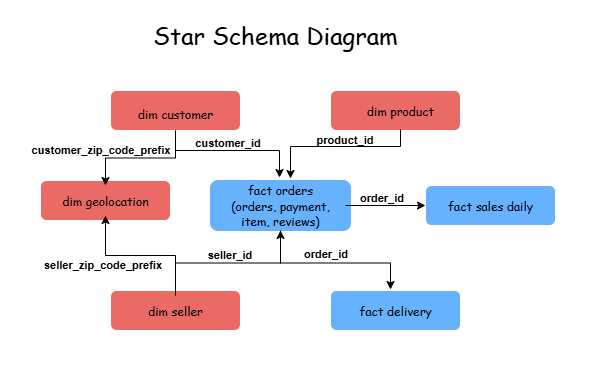
Preeti290995-edhec/Data-Engineering-Project keeps this draw.io diagram as outputs/diagrams/Star Schema Diagram.drawio.png. Above is the earlier version. Source tidied: cells renumbered, new cells last; positions are measured from the earlier drawing's top-left corner, leaving out a move shared by most shapes. Source of this version:
```xml
<mxGraphModel>
  <root>
    <mxCell id="0" />
    <mxCell id="1" parent="0" />
    <mxCell id="2" value="&lt;span style=&quot;color: rgba(0, 0, 0, 0); font-family: monospace; font-size: 0px; text-align: start; text-wrap-mode: nowrap;&quot;&gt;%3CmxGraphModel%3E%3Croot%3E%3CmxCell%20id%3D%220%22%2F%3E%3CmxCell%20id%3D%221%22%20parent%3D%220%22%2F%3E%3CmxCell%20id%3D%222%22%20value%3D%22customer_id%22%20style%3D%22edgeLabel%3Bhtml%3D1%3Balign%3Dcenter%3BverticalAlign%3Dbottom%3Bresizable%3D0%3Bpoints%3D%5B%5D%3BfillColor%3Dlight-dark(%23FFFFFF%2C%23FFFFFF)%3BstrokeColor%3Dlight-dark(%23000000%2C%23000000)%3BlabelBackgroundColor%3Dnone%3BfontColor%3Dlight-dark(%23000000%2C%23000000)%3BfontStyle%3D1%22%20vertex%3D%221%22%20connectable%3D%220%22%20parent%3D%221%22%3E%3CmxGeometry%20x%3D%22266%22%20y%3D%22160%22%20as%3D%22geometry%22%2F%3E%3C%2FmxCell%3E%3C%2Froot%3E%3C%2FmxGraphModel%3E&lt;/span&gt;" style="rounded=0;whiteSpace=wrap;html=1;fillColor=light-dark(#FFFFFF,#FFFFFF);" parent="1" vertex="1">
      <mxGeometry width="590" height="370" as="geometry" />
    </mxCell>
    <mxCell id="3" value="&lt;h1&gt;&lt;font style=&quot;color: light-dark(rgb(0, 0, 0), rgb(0, 0, 0)); font-weight: normal;&quot; face=&quot;Comic Sans MS&quot;&gt;Star Schema Diagram&lt;/font&gt;&lt;/h1&gt;" style="text;html=1;align=center;verticalAlign=middle;whiteSpace=wrap;rounded=0;" parent="1" vertex="1">
      <mxGeometry x="140" y="20" width="270" height="30" as="geometry" />
    </mxCell>
    <mxCell id="4" style="rounded=1;whiteSpace=wrap;html=1;strokeColor=light-dark(#000000,#66B2FF);fillColor=light-dark(#FFFFFF,#66B2FF);" parent="1" vertex="1">
      <mxGeometry x="210" y="180" width="140" height="50" as="geometry" />
    </mxCell>
    <mxCell id="5" style="edgeStyle=orthogonalEdgeStyle;rounded=0;jettySize=auto;html=1;exitX=1;exitY=0.5;exitDx=0;exitDy=0;entryX=0;entryY=0.5;entryDx=0;entryDy=0;strokeColor=light-dark(#000000,#000000);" parent="1" edge="1" source="6" target="7">
      <mxGeometry relative="1" as="geometry" />
    </mxCell>
    <mxCell id="6" value="&lt;font style=&quot;color: light-dark(rgb(0, 0, 0), rgb(0, 0, 0));&quot; face=&quot;Comic Sans MS&quot;&gt;fact orders&lt;/font&gt;&lt;div&gt;&lt;font style=&quot;color: light-dark(rgb(0, 0, 0), rgb(0, 0, 0));&quot; face=&quot;Comic Sans MS&quot;&gt;(orders, payment, item, reviews)&lt;/font&gt;&lt;/div&gt;" style="text;html=1;align=center;verticalAlign=middle;whiteSpace=wrap;rounded=0;" parent="1" vertex="1">
      <mxGeometry x="215" y="180" width="130" height="50" as="geometry" />
    </mxCell>
    <mxCell id="7" style="rounded=1;whiteSpace=wrap;html=1;fillColor=light-dark(#FFFFFF,#66B2FF);" parent="1" vertex="1">
      <mxGeometry x="425" y="185" width="130" height="40" as="geometry" />
    </mxCell>
    <mxCell id="8" style="rounded=1;whiteSpace=wrap;html=1;fillColor=light-dark(#FFFFFF,#EA6B66);" parent="1" vertex="1">
      <mxGeometry x="40" y="180" width="130" height="40" as="geometry" />
    </mxCell>
    <mxCell id="9" style="rounded=1;whiteSpace=wrap;html=1;fillColor=light-dark(#FFFFFF,#EA6B66);" parent="1" vertex="1">
      <mxGeometry x="110" y="290" width="130" height="40" as="geometry" />
    </mxCell>
    <mxCell id="10" style="rounded=1;whiteSpace=wrap;html=1;fillColor=light-dark(#FFFFFF,#EA6B66);" parent="1" vertex="1">
      <mxGeometry x="110" y="90" width="130" height="40" as="geometry" />
    </mxCell>
    <mxCell id="11" style="rounded=1;whiteSpace=wrap;html=1;fillColor=light-dark(#FFFFFF,#EA6B66);" parent="1" vertex="1">
      <mxGeometry x="330" y="90" width="130" height="40" as="geometry" />
    </mxCell>
    <mxCell id="12" style="rounded=1;whiteSpace=wrap;html=1;fillColor=light-dark(#FFFFFF,#66B2FF);" parent="1" vertex="1">
      <mxGeometry x="330" y="290" width="130" height="40" as="geometry" />
    </mxCell>
    <mxCell id="13" value="&lt;font style=&quot;color: light-dark(rgb(0, 0, 0), rgb(0, 0, 0));&quot; face=&quot;Comic Sans MS&quot;&gt;fact delivery&lt;/font&gt;" style="text;html=1;align=center;verticalAlign=middle;whiteSpace=wrap;rounded=0;" parent="1" vertex="1">
      <mxGeometry x="345" y="295" width="100" height="30" as="geometry" />
    </mxCell>
    <mxCell id="14" value="&lt;font style=&quot;color: light-dark(rgb(0, 0, 0), rgb(0, 0, 0));&quot; face=&quot;Comic Sans MS&quot;&gt;fact sales daily&lt;/font&gt;" style="text;html=1;align=center;verticalAlign=middle;whiteSpace=wrap;rounded=0;" parent="1" vertex="1">
      <mxGeometry x="440" y="190" width="100" height="30" as="geometry" />
    </mxCell>
    <mxCell id="15" style="edgeStyle=orthogonalEdgeStyle;rounded=0;jettySize=auto;html=1;exitX=0.5;exitY=0;exitDx=0;exitDy=0;entryX=0.5;entryY=1;entryDx=0;entryDy=0;strokeColor=light-dark(#000000,#000000);" parent="1" edge="1" source="17" target="18">
      <mxGeometry relative="1" as="geometry" />
    </mxCell>
    <mxCell id="16" style="edgeStyle=orthogonalEdgeStyle;rounded=0;jettySize=auto;html=1;exitX=0.5;exitY=0;exitDx=0;exitDy=0;entryX=0.5;entryY=1;entryDx=0;entryDy=0;strokeColor=light-dark(#000000,#000000);" parent="1" edge="1" source="17" target="6">
      <mxGeometry relative="1" as="geometry" />
    </mxCell>
    <mxCell id="17" value="&lt;font style=&quot;color: light-dark(rgb(0, 0, 0), rgb(0, 0, 0));&quot; face=&quot;Comic Sans MS&quot;&gt;dim seller&lt;/font&gt;" style="text;html=1;align=center;verticalAlign=middle;whiteSpace=wrap;rounded=0;" parent="1" vertex="1">
      <mxGeometry x="125" y="295" width="100" height="30" as="geometry" />
    </mxCell>
    <mxCell id="18" value="&lt;font style=&quot;color: light-dark(rgb(0, 0, 0), rgb(0, 0, 0));&quot; face=&quot;Comic Sans MS&quot;&gt;dim geolocation&lt;/font&gt;" style="text;html=1;align=center;verticalAlign=middle;whiteSpace=wrap;rounded=0;" parent="1" vertex="1">
      <mxGeometry x="55" y="185" width="100" height="30" as="geometry" />
    </mxCell>
    <mxCell id="19" style="edgeStyle=orthogonalEdgeStyle;rounded=0;jettySize=auto;html=1;exitX=0.5;exitY=1;exitDx=0;exitDy=0;strokeColor=light-dark(#000000,#000000);" parent="1" edge="1" source="22">
      <mxGeometry relative="1" as="geometry">
        <mxPoint x="279" y="177" as="targetPoint" />
        <Array as="points">
          <mxPoint x="175" y="150" />
          <mxPoint x="279" y="150" />
        </Array>
      </mxGeometry>
    </mxCell>
    <mxCell id="20" value="customer_id" style="edgeLabel;html=1;align=center;verticalAlign=bottom;fillColor=light-dark(#FFFFFF,#FFFFFF);strokeColor=light-dark(#000000,#000000);labelBackgroundColor=none;fontColor=light-dark(#000000,#000000);fontStyle=1;" parent="19" vertex="1">
      <mxGeometry x="-0.06" relative="1" as="geometry" />
    </mxCell>
    <mxCell id="21" style="edgeStyle=orthogonalEdgeStyle;rounded=0;jettySize=auto;html=1;exitX=0.5;exitY=1;exitDx=0;exitDy=0;entryX=0.5;entryY=0;entryDx=0;entryDy=0;strokeColor=light-dark(#000000,#000000);" parent="1" edge="1" source="22" target="18">
      <mxGeometry relative="1" as="geometry" />
    </mxCell>
    <mxCell id="22" value="&lt;font style=&quot;color: light-dark(rgb(0, 0, 0), rgb(0, 0, 0));&quot; face=&quot;Comic Sans MS&quot;&gt;dim customer&lt;/font&gt;" style="text;html=1;align=center;verticalAlign=middle;whiteSpace=wrap;rounded=0;" parent="1" vertex="1">
      <mxGeometry x="125" y="95" width="100" height="35" as="geometry" />
    </mxCell>
    <mxCell id="23" value="&lt;font style=&quot;color: light-dark(rgb(0, 0, 0), rgb(0, 0, 0));&quot; face=&quot;Comic Sans MS&quot;&gt;dim product&lt;/font&gt;" style="text;html=1;align=center;verticalAlign=middle;whiteSpace=wrap;rounded=0;" parent="1" vertex="1">
      <mxGeometry x="350" y="95" width="100" height="30" as="geometry" />
    </mxCell>
    <mxCell id="24" style="edgeStyle=orthogonalEdgeStyle;rounded=0;orthogonalLoop=1;jettySize=auto;html=1;exitX=0.5;exitY=1;exitDx=0;exitDy=0;strokeColor=light-dark(#000000,#000000);" parent="1" edge="1">
      <mxGeometry relative="1" as="geometry">
        <mxPoint x="400" y="129" as="sourcePoint" />
        <mxPoint x="290" y="178" as="targetPoint" />
        <Array as="points">
          <mxPoint x="400" y="146" />
          <mxPoint x="290" y="146" />
        </Array>
      </mxGeometry>
    </mxCell>
    <mxCell id="25" value="product&lt;span style=&quot;background-color: transparent;&quot;&gt;_id&lt;/span&gt;" style="edgeLabel;html=1;align=center;verticalAlign=bottom;fillColor=light-dark(#FFFFFF,#FFFFFF);strokeColor=light-dark(#000000,#000000);labelBackgroundColor=none;fontColor=light-dark(#000000,#000000);fontStyle=1;" parent="1" vertex="1">
      <mxGeometry x="343" y="147" as="geometry" />
    </mxCell>
    <mxCell id="26" value="order_id" style="edgeLabel;html=1;align=center;verticalAlign=bottom;fillColor=light-dark(#FFFFFF,#FFFFFF);strokeColor=light-dark(#000000,#000000);labelBackgroundColor=none;fontColor=light-dark(#000000,#000000);fontStyle=1;" parent="1" vertex="1">
      <mxGeometry x="399" y="210" as="geometry">
        <mxPoint x="-19" y="-5" as="offset" />
      </mxGeometry>
    </mxCell>
    <mxCell id="27" value="customer_zip_code_prefix" style="edgeLabel;html=1;align=center;verticalAlign=bottom;fillColor=light-dark(#FFFFFF,#FFFFFF);strokeColor=light-dark(#000000,#000000);labelBackgroundColor=none;fontColor=light-dark(#000000,#000000);fontStyle=1;" parent="1" vertex="1">
      <mxGeometry x="99" y="157" as="geometry" />
    </mxCell>
    <mxCell id="28" value="seller_zip_code_prefix" style="edgeLabel;html=1;align=center;verticalAlign=bottom;fillColor=light-dark(#FFFFFF,#FFFFFF);strokeColor=light-dark(#000000,#000000);labelBackgroundColor=none;fontColor=light-dark(#000000,#000000);fontStyle=1;" parent="1" vertex="1">
      <mxGeometry x="101" y="272" as="geometry" />
    </mxCell>
    <mxCell id="29" value="seller_id" style="edgeLabel;html=1;align=center;verticalAlign=bottom;fillColor=light-dark(#FFFFFF,#FFFFFF);strokeColor=light-dark(#000000,#000000);labelBackgroundColor=none;fontColor=light-dark(#000000,#000000);fontStyle=1;" parent="1" vertex="1">
      <mxGeometry x="222" y="265" as="geometry">
        <mxPoint x="6" y="-3" as="offset" />
      </mxGeometry>
    </mxCell>
    <mxCell id="30" value="order_id" style="edgeLabel;html=1;align=center;verticalAlign=bottom;fillColor=light-dark(#FFFFFF,#FFFFFF);strokeColor=light-dark(#000000,#000000);labelBackgroundColor=none;fontColor=light-dark(#000000,#000000);fontStyle=1;" parent="1" vertex="1">
      <mxGeometry x="318" y="252" as="geometry">
        <mxPoint x="6" y="9" as="offset" />
      </mxGeometry>
    </mxCell>
    <mxCell id="31" style="edgeStyle=orthogonalEdgeStyle;rounded=0;jettySize=auto;html=1;exitX=0.5;exitY=1;exitDx=0;exitDy=0;entryX=0.45;entryY=-0.2;entryDx=0;entryDy=0;entryPerimeter=0;strokeColor=light-dark(#000000,#000000);" parent="1" edge="1" source="6" target="13">
      <mxGeometry relative="1" as="geometry" />
    </mxCell>
  </root>
</mxGraphModel>
```
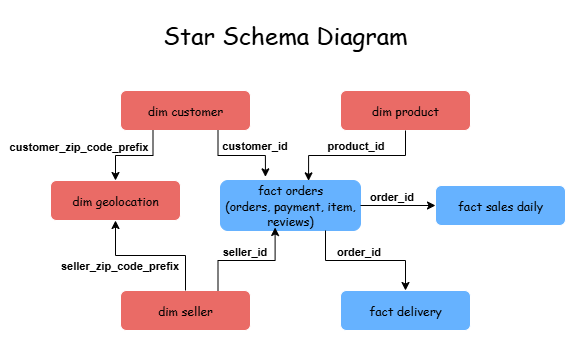
Later version of the same file.

Commit message:
UPDATE Star Schema Diagram

Change to the diagram source:
```diff
@@ -3,7 +3,7 @@
     <mxCell id="0" />
     <mxCell id="1" parent="0" />
     <mxCell id="2" value="&lt;span style=&quot;color: rgba(0, 0, 0, 0); font-family: monospace; font-size: 0px; text-align: start; text-wrap-mode: nowrap;&quot;&gt;%3CmxGraphModel%3E%3Croot%3E%3CmxCell%20id%3D%220%22%2F%3E%3CmxCell%20id%3D%221%22%20parent%3D%220%22%2F%3E%3CmxCell%20id%3D%222%22%20value%3D%22customer_id%22%20style%3D%22edgeLabel%3Bhtml%3D1%3Balign%3Dcenter%3BverticalAlign%3Dbottom%3Bresizable%3D0%3Bpoints%3D%5B%5D%3BfillColor%3Dlight-dark(%23FFFFFF%2C%23FFFFFF)%3BstrokeColor%3Dlight-dark(%23000000%2C%23000000)%3BlabelBackgroundColor%3Dnone%3BfontColor%3Dlight-dark(%23000000%2C%23000000)%3BfontStyle%3D1%22%20vertex%3D%221%22%20connectable%3D%220%22%20parent%3D%221%22%3E%3CmxGeometry%20x%3D%22266%22%20y%3D%22160%22%20as%3D%22geometry%22%2F%3E%3C%2FmxCell%3E%3C%2Froot%3E%3C%2FmxGraphModel%3E&lt;/span&gt;" style="rounded=0;whiteSpace=wrap;html=1;fillColor=light-dark(#FFFFFF,#FFFFFF);" parent="1" vertex="1">
-      <mxGeometry width="590" height="370" as="geometry" />
+      <mxGeometry x="-10" width="570" height="360" as="geometry" />
     </mxCell>
     <mxCell id="3" value="&lt;h1&gt;&lt;font style=&quot;color: light-dark(rgb(0, 0, 0), rgb(0, 0, 0)); font-weight: normal;&quot; face=&quot;Comic Sans MS&quot;&gt;Star Schema Diagram&lt;/font&gt;&lt;/h1&gt;" style="text;html=1;align=center;verticalAlign=middle;whiteSpace=wrap;rounded=0;" parent="1" vertex="1">
       <mxGeometry x="140" y="20" width="270" height="30" as="geometry" />
@@ -15,7 +15,7 @@
       <mxGeometry relative="1" as="geometry" />
     </mxCell>
     <mxCell id="6" value="&lt;font style=&quot;color: light-dark(rgb(0, 0, 0), rgb(0, 0, 0));&quot; face=&quot;Comic Sans MS&quot;&gt;fact orders&lt;/font&gt;&lt;div&gt;&lt;font style=&quot;color: light-dark(rgb(0, 0, 0), rgb(0, 0, 0));&quot; face=&quot;Comic Sans MS&quot;&gt;(orders, payment, item, reviews)&lt;/font&gt;&lt;/div&gt;" style="text;html=1;align=center;verticalAlign=middle;whiteSpace=wrap;rounded=0;" parent="1" vertex="1">
-      <mxGeometry x="215" y="180" width="130" height="50" as="geometry" />
+      <mxGeometry x="210" y="180" width="140" height="50" as="geometry" />
     </mxCell>
     <mxCell id="7" style="rounded=1;whiteSpace=wrap;html=1;fillColor=light-dark(#FFFFFF,#66B2FF);" parent="1" vertex="1">
       <mxGeometry x="425" y="185" width="130" height="40" as="geometry" />
@@ -36,80 +36,69 @@
       <mxGeometry x="330" y="290" width="130" height="40" as="geometry" />
     </mxCell>
     <mxCell id="13" value="&lt;font style=&quot;color: light-dark(rgb(0, 0, 0), rgb(0, 0, 0));&quot; face=&quot;Comic Sans MS&quot;&gt;fact delivery&lt;/font&gt;" style="text;html=1;align=center;verticalAlign=middle;whiteSpace=wrap;rounded=0;" parent="1" vertex="1">
-      <mxGeometry x="345" y="295" width="100" height="30" as="geometry" />
+      <mxGeometry x="330" y="290" width="130" height="40" as="geometry" />
     </mxCell>
     <mxCell id="14" value="&lt;font style=&quot;color: light-dark(rgb(0, 0, 0), rgb(0, 0, 0));&quot; face=&quot;Comic Sans MS&quot;&gt;fact sales daily&lt;/font&gt;" style="text;html=1;align=center;verticalAlign=middle;whiteSpace=wrap;rounded=0;" parent="1" vertex="1">
-      <mxGeometry x="440" y="190" width="100" height="30" as="geometry" />
+      <mxGeometry x="430" y="190" width="120" height="30" as="geometry" />
     </mxCell>
     <mxCell id="15" style="edgeStyle=orthogonalEdgeStyle;rounded=0;jettySize=auto;html=1;exitX=0.5;exitY=0;exitDx=0;exitDy=0;entryX=0.5;entryY=1;entryDx=0;entryDy=0;strokeColor=light-dark(#000000,#000000);" parent="1" edge="1" source="17" target="18">
       <mxGeometry relative="1" as="geometry" />
     </mxCell>
-    <mxCell id="16" style="edgeStyle=orthogonalEdgeStyle;rounded=0;jettySize=auto;html=1;exitX=0.5;exitY=0;exitDx=0;exitDy=0;entryX=0.5;entryY=1;entryDx=0;entryDy=0;strokeColor=light-dark(#000000,#000000);" parent="1" edge="1" source="17" target="6">
-      <mxGeometry relative="1" as="geometry" />
-    </mxCell>
     <mxCell id="17" value="&lt;font style=&quot;color: light-dark(rgb(0, 0, 0), rgb(0, 0, 0));&quot; face=&quot;Comic Sans MS&quot;&gt;dim seller&lt;/font&gt;" style="text;html=1;align=center;verticalAlign=middle;whiteSpace=wrap;rounded=0;" parent="1" vertex="1">
-      <mxGeometry x="125" y="295" width="100" height="30" as="geometry" />
+      <mxGeometry x="110" y="290" width="130" height="40" as="geometry" />
     </mxCell>
     <mxCell id="18" value="&lt;font style=&quot;color: light-dark(rgb(0, 0, 0), rgb(0, 0, 0));&quot; face=&quot;Comic Sans MS&quot;&gt;dim geolocation&lt;/font&gt;" style="text;html=1;align=center;verticalAlign=middle;whiteSpace=wrap;rounded=0;" parent="1" vertex="1">
-      <mxGeometry x="55" y="185" width="100" height="30" as="geometry" />
+      <mxGeometry x="55" y="180" width="100" height="40" as="geometry" />
     </mxCell>
-    <mxCell id="19" style="edgeStyle=orthogonalEdgeStyle;rounded=0;jettySize=auto;html=1;exitX=0.5;exitY=1;exitDx=0;exitDy=0;strokeColor=light-dark(#000000,#000000);" parent="1" edge="1" source="22">
-      <mxGeometry relative="1" as="geometry">
-        <mxPoint x="279" y="177" as="targetPoint" />
-        <Array as="points">
-          <mxPoint x="175" y="150" />
-          <mxPoint x="279" y="150" />
-        </Array>
-      </mxGeometry>
-    </mxCell>
-    <mxCell id="20" value="customer_id" style="edgeLabel;html=1;align=center;verticalAlign=bottom;fillColor=light-dark(#FFFFFF,#FFFFFF);strokeColor=light-dark(#000000,#000000);labelBackgroundColor=none;fontColor=light-dark(#000000,#000000);fontStyle=1;" parent="19" vertex="1">
-      <mxGeometry x="-0.06" relative="1" as="geometry" />
-    </mxCell>
-    <mxCell id="21" style="edgeStyle=orthogonalEdgeStyle;rounded=0;jettySize=auto;html=1;exitX=0.5;exitY=1;exitDx=0;exitDy=0;entryX=0.5;entryY=0;entryDx=0;entryDy=0;strokeColor=light-dark(#000000,#000000);" parent="1" edge="1" source="22" target="18">
-      <mxGeometry relative="1" as="geometry" />
-    </mxCell>
     <mxCell id="22" value="&lt;font style=&quot;color: light-dark(rgb(0, 0, 0), rgb(0, 0, 0));&quot; face=&quot;Comic Sans MS&quot;&gt;dim customer&lt;/font&gt;" style="text;html=1;align=center;verticalAlign=middle;whiteSpace=wrap;rounded=0;" parent="1" vertex="1">
-      <mxGeometry x="125" y="95" width="100" height="35" as="geometry" />
+      <mxGeometry x="110" y="90" width="130" height="40" as="geometry" />
     </mxCell>
     <mxCell id="23" value="&lt;font style=&quot;color: light-dark(rgb(0, 0, 0), rgb(0, 0, 0));&quot; face=&quot;Comic Sans MS&quot;&gt;dim product&lt;/font&gt;" style="text;html=1;align=center;verticalAlign=middle;whiteSpace=wrap;rounded=0;" parent="1" vertex="1">
-      <mxGeometry x="350" y="95" width="100" height="30" as="geometry" />
+      <mxGeometry x="330" y="90" width="130" height="40" as="geometry" />
     </mxCell>
-    <mxCell id="24" style="edgeStyle=orthogonalEdgeStyle;rounded=0;orthogonalLoop=1;jettySize=auto;html=1;exitX=0.5;exitY=1;exitDx=0;exitDy=0;strokeColor=light-dark(#000000,#000000);" parent="1" edge="1">
-      <mxGeometry relative="1" as="geometry">
-        <mxPoint x="400" y="129" as="sourcePoint" />
-        <mxPoint x="290" y="178" as="targetPoint" />
-        <Array as="points">
-          <mxPoint x="400" y="146" />
-          <mxPoint x="290" y="146" />
-        </Array>
-      </mxGeometry>
-    </mxCell>
     <mxCell id="25" value="product&lt;span style=&quot;background-color: transparent;&quot;&gt;_id&lt;/span&gt;" style="edgeLabel;html=1;align=center;verticalAlign=bottom;fillColor=light-dark(#FFFFFF,#FFFFFF);strokeColor=light-dark(#000000,#000000);labelBackgroundColor=none;fontColor=light-dark(#000000,#000000);fontStyle=1;" parent="1" vertex="1">
-      <mxGeometry x="343" y="147" as="geometry" />
+      <mxGeometry x="344" y="153" as="geometry" />
     </mxCell>
     <mxCell id="26" value="order_id" style="edgeLabel;html=1;align=center;verticalAlign=bottom;fillColor=light-dark(#FFFFFF,#FFFFFF);strokeColor=light-dark(#000000,#000000);labelBackgroundColor=none;fontColor=light-dark(#000000,#000000);fontStyle=1;" parent="1" vertex="1">
-      <mxGeometry x="399" y="210" as="geometry">
+      <mxGeometry x="399" y="209" as="geometry">
         <mxPoint x="-19" y="-5" as="offset" />
       </mxGeometry>
     </mxCell>
     <mxCell id="27" value="customer_zip_code_prefix" style="edgeLabel;html=1;align=center;verticalAlign=bottom;fillColor=light-dark(#FFFFFF,#FFFFFF);strokeColor=light-dark(#000000,#000000);labelBackgroundColor=none;fontColor=light-dark(#000000,#000000);fontStyle=1;" parent="1" vertex="1">
-      <mxGeometry x="99" y="157" as="geometry" />
+      <mxGeometry x="67" y="154" as="geometry" />
     </mxCell>
     <mxCell id="28" value="seller_zip_code_prefix" style="edgeLabel;html=1;align=center;verticalAlign=bottom;fillColor=light-dark(#FFFFFF,#FFFFFF);strokeColor=light-dark(#000000,#000000);labelBackgroundColor=none;fontColor=light-dark(#000000,#000000);fontStyle=1;" parent="1" vertex="1">
-      <mxGeometry x="101" y="272" as="geometry" />
+      <mxGeometry x="108" y="273" as="geometry" />
     </mxCell>
     <mxCell id="29" value="seller_id" style="edgeLabel;html=1;align=center;verticalAlign=bottom;fillColor=light-dark(#FFFFFF,#FFFFFF);strokeColor=light-dark(#000000,#000000);labelBackgroundColor=none;fontColor=light-dark(#000000,#000000);fontStyle=1;" parent="1" vertex="1">
-      <mxGeometry x="222" y="265" as="geometry">
+      <mxGeometry x="227" y="262" as="geometry">
         <mxPoint x="6" y="-3" as="offset" />
       </mxGeometry>
     </mxCell>
     <mxCell id="30" value="order_id" style="edgeLabel;html=1;align=center;verticalAlign=bottom;fillColor=light-dark(#FFFFFF,#FFFFFF);strokeColor=light-dark(#000000,#000000);labelBackgroundColor=none;fontColor=light-dark(#000000,#000000);fontStyle=1;" parent="1" vertex="1">
-      <mxGeometry x="318" y="252" as="geometry">
+      <mxGeometry x="341" y="250" as="geometry">
         <mxPoint x="6" y="9" as="offset" />
       </mxGeometry>
     </mxCell>
-    <mxCell id="31" style="edgeStyle=orthogonalEdgeStyle;rounded=0;jettySize=auto;html=1;exitX=0.5;exitY=1;exitDx=0;exitDy=0;entryX=0.45;entryY=-0.2;entryDx=0;entryDy=0;entryPerimeter=0;strokeColor=light-dark(#000000,#000000);" parent="1" edge="1" source="6" target="13">
+    <mxCell id="31" style="edgeStyle=orthogonalEdgeStyle;rounded=0;jettySize=auto;html=1;exitX=0.75;exitY=1;exitDx=0;exitDy=0;entryX=0.5;entryY=0;entryDx=0;entryDy=0;strokeColor=light-dark(#000000,#000000);" parent="1" edge="1" source="6" target="13">
       <mxGeometry relative="1" as="geometry" />
     </mxCell>
+    <mxCell id="21" style="edgeStyle=orthogonalEdgeStyle;rounded=0;jettySize=auto;html=1;exitX=0.25;exitY=1;exitDx=0;exitDy=0;entryX=0.5;entryY=0;entryDx=0;entryDy=0;strokeColor=light-dark(#000000,#000000);" parent="1" edge="1" source="22" target="18">
+      <mxGeometry relative="1" as="geometry" />
+    </mxCell>
+    <mxCell id="32" style="edgeStyle=orthogonalEdgeStyle;rounded=0;jettySize=auto;html=1;exitX=0.75;exitY=1;exitDx=0;exitDy=0;entryX=0.321;entryY=-0.073;entryDx=0;entryDy=0;entryPerimeter=0;strokeColor=light-dark(#000000,#000000);" parent="1" edge="1" source="22" target="6">
+      <mxGeometry relative="1" as="geometry" />
+    </mxCell>
+    <mxCell id="33" value="customer&lt;span style=&quot;background-color: transparent;&quot;&gt;_id&lt;/span&gt;" style="edgeLabel;html=1;align=center;verticalAlign=bottom;fillColor=light-dark(#FFFFFF,#FFFFFF);strokeColor=light-dark(#000000,#000000);labelBackgroundColor=none;fontColor=light-dark(#000000,#000000);fontStyle=1;" parent="1" vertex="1">
+      <mxGeometry x="214" y="187" as="geometry">
+        <mxPoint x="29" y="-34" as="offset" />
+      </mxGeometry>
+    </mxCell>
+    <mxCell id="16" style="edgeStyle=orthogonalEdgeStyle;rounded=0;jettySize=auto;html=1;exitX=0.75;exitY=0;exitDx=0;exitDy=0;entryX=0.39;entryY=0.94;entryDx=0;entryDy=0;entryPerimeter=0;strokeColor=light-dark(#000000,#000000);" parent="1" edge="1" source="17" target="6">
+      <mxGeometry relative="1" as="geometry" />
+    </mxCell>
+    <mxCell id="34" style="edgeStyle=orthogonalEdgeStyle;rounded=0;jettySize=auto;html=1;exitX=0.5;exitY=1;exitDx=0;exitDy=0;entryX=0.629;entryY=0.007;entryDx=0;entryDy=0;entryPerimeter=0;strokeColor=light-dark(#000000,#000000);" parent="1" edge="1" source="23" target="6">
+      <mxGeometry relative="1" as="geometry" />
+    </mxCell>
   </root>
 </mxGraphModel>
```
